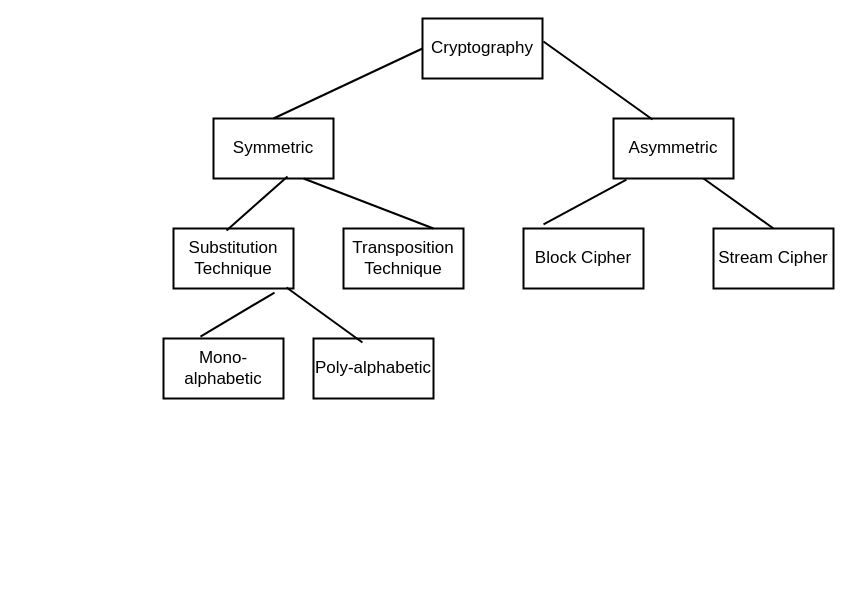
Before: crypto.drawio in mzndnes/tic, a draw.io diagram. Source tidied: cells renumbered, new cells numbered last; positions are measured from the earlier drawing's top-left corner, leaving out a move shared by most shapes. Both pictures are drawn from the tidied source at 100%, with x=0, y=0 at pixel (163, 18).
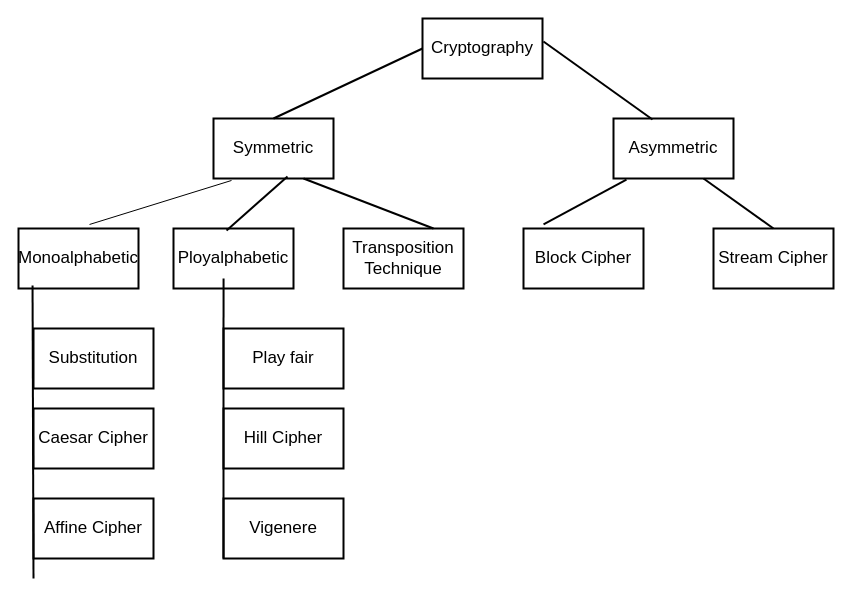
The same diagram, later.

The change refers to these unchanged cells:
```xml
<mxCell id="3" value="Symmetric" style="rounded=0;whiteSpace=wrap;html=1;strokeWidth=2;fontSize=17;" parent="1" vertex="1">
  <mxGeometry x="50" y="100" width="120" height="60" as="geometry" />
</mxCell>
```

What changed in the source:
```diff
@@
-    <mxCell id="7" value="Substitution Technique" style="rounded=0;whiteSpace=wrap;html=1;strokeWidth=2;fontSize=17;" parent="1" vertex="1">
+    <mxCell id="7" value="Ployalphabetic" style="rounded=0;whiteSpace=wrap;html=1;strokeWidth=2;fontSize=17;" parent="1" vertex="1">
       <mxGeometry x="10" y="210" width="120" height="60" as="geometry" />
     </mxCell>
@@
-    <mxCell id="15" value="Mono-alphabetic" style="rounded=0;whiteSpace=wrap;html=1;strokeWidth=2;fontSize=17;" parent="1" vertex="1">
-      <mxGeometry y="320" width="120" height="60" as="geometry" />
+    <mxCell id="15" value="Substitution" style="rounded=0;whiteSpace=wrap;html=1;strokeWidth=2;fontSize=17;" parent="1" vertex="1">
+      <mxGeometry x="-130" y="310" width="120" height="60" as="geometry" />
     </mxCell>
-    <mxCell id="16" value="Poly-alphabetic" style="rounded=0;whiteSpace=wrap;html=1;strokeWidth=2;fontSize=17;" parent="1" vertex="1">
-      <mxGeometry x="150" y="320" width="120" height="60" as="geometry" />
-    </mxCell>
-    <mxCell id="17" style="endArrow=none;html=1;rounded=0;entryX=0.842;entryY=1.067;entryDx=0;entryDy=0;entryPerimeter=0;exitX=0.308;exitY=-0.033;exitDx=0;exitDy=0;exitPerimeter=0;strokeWidth=2;" parent="1" edge="1" source="15" target="7">
-      <mxGeometry relative="1" as="geometry" />
-    </mxCell>
-    <mxCell id="18" style="endArrow=none;html=1;rounded=0;entryX=0.942;entryY=0.983;entryDx=0;entryDy=0;entryPerimeter=0;exitX=0.408;exitY=0.067;exitDx=0;exitDy=0;exitPerimeter=0;strokeWidth=2;" parent="1" edge="1" source="16" target="7">
-      <mxGeometry relative="1" as="geometry" />
-    </mxCell>
+    <mxCell id="19" value="Monoalphabetic" style="rounded=0;whiteSpace=wrap;html=1;strokeWidth=2;fontSize=17;" parent="1" vertex="1">
+      <mxGeometry x="-145" y="210" width="120" height="60" as="geometry" />
+    </mxCell>
+    <mxCell id="20" style="endArrow=none;html=1;rounded=0;entryX=0.15;entryY=1.033;entryDx=0;entryDy=0;entryPerimeter=0;exitX=0.592;exitY=-0.067;exitDx=0;exitDy=0;exitPerimeter=0;" parent="1" edge="1" source="19" target="3">
+      <mxGeometry relative="1" as="geometry" />
+    </mxCell>
+    <mxCell id="21" value="Caesar Cipher" style="rounded=0;whiteSpace=wrap;html=1;strokeWidth=2;fontSize=17;" parent="1" vertex="1">
+      <mxGeometry x="-130" y="390" width="120" height="60" as="geometry" />
+    </mxCell>
+    <mxCell id="22" value="Affine Cipher" style="rounded=0;whiteSpace=wrap;html=1;strokeWidth=2;fontSize=17;" parent="1" vertex="1">
+      <mxGeometry x="-130" y="480" width="120" height="60" as="geometry" />
+    </mxCell>
+    <mxCell id="23" style="endArrow=none;html=1;rounded=0;entryX=0.117;entryY=0.95;entryDx=0;entryDy=0;entryPerimeter=0;strokeWidth=2;" parent="1" edge="1" target="19">
+      <mxGeometry relative="1" as="geometry">
+        <mxPoint x="-130" y="560" as="sourcePoint" />
+      </mxGeometry>
+    </mxCell>
+    <mxCell id="24" value="Play fair" style="rounded=0;whiteSpace=wrap;html=1;strokeWidth=2;fontSize=17;" parent="1" vertex="1">
+      <mxGeometry x="60" y="310" width="120" height="60" as="geometry" />
+    </mxCell>
+    <mxCell id="25" value="Hill Cipher" style="rounded=0;whiteSpace=wrap;html=1;strokeWidth=2;fontSize=17;" parent="1" vertex="1">
+      <mxGeometry x="60" y="390" width="120" height="60" as="geometry" />
+    </mxCell>
+    <mxCell id="26" value="Vigenere" style="rounded=0;whiteSpace=wrap;html=1;strokeWidth=2;fontSize=17;" parent="1" vertex="1">
+      <mxGeometry x="60" y="480" width="120" height="60" as="geometry" />
+    </mxCell>
+    <mxCell id="27" style="endArrow=none;html=1;rounded=0;exitX=0;exitY=1;exitDx=0;exitDy=0;strokeWidth=2;entryX=0.417;entryY=0.833;entryDx=0;entryDy=0;entryPerimeter=0;" parent="1" edge="1" source="26" target="7">
+      <mxGeometry relative="1" as="geometry" />
+    </mxCell>
```
